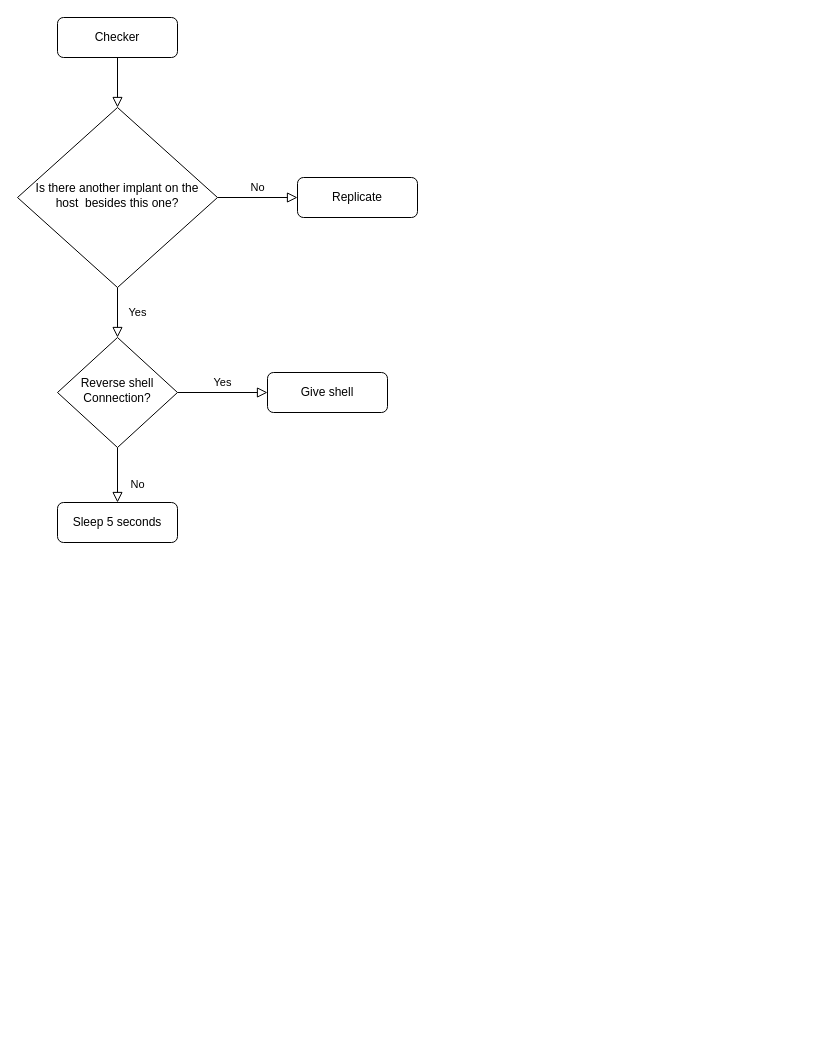
Above: page "Plan" (2 of 2) of evolvingdoor.drawio in le-jack/evolving-door (draw.io), before the change. Source tidied: cells renumbered, new cells numbered last; positions are measured from the earlier drawing's top-left corner, leaving out a move shared by most shapes. Both pictures are drawn from the tidied source at 100%, with x=0, y=0 at pixel (17, 17).
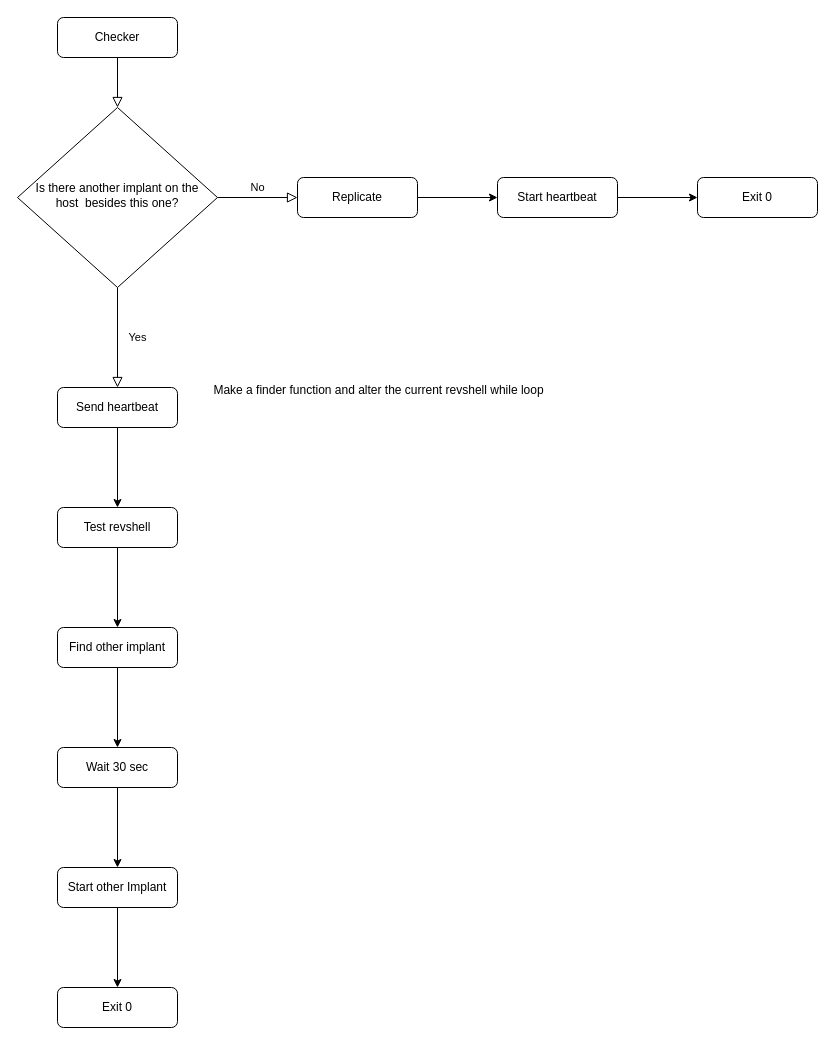
The same diagram, later.

Unchanged cells that the change refers to:
```xml
<mxCell id="6" value="Is there another implant on the host&amp;nbsp; besides this one?" style="rhombus;whiteSpace=wrap;html=1;shadow=0;fontFamily=Helvetica;fontSize=12;align=center;strokeWidth=1;spacing=6;spacingTop=-4;" parent="1" vertex="1">
  <mxGeometry y="90" width="200" height="180" as="geometry" />
</mxCell>
<mxCell id="7" value="Replicate" style="rounded=1;whiteSpace=wrap;html=1;fontSize=12;glass=0;strokeWidth=1;shadow=0;" parent="1" vertex="1">
  <mxGeometry x="280" y="160" width="120" height="40" as="geometry" />
</mxCell>
```

What changed in the source:
```diff
@@
-    <mxCell id="4" value="Yes" style="rounded=0;html=1;jettySize=auto;fontSize=11;endArrow=block;endFill=0;endSize=8;strokeWidth=1;shadow=0;labelBackgroundColor=none;edgeStyle=orthogonalEdgeStyle;" parent="1" edge="1" source="6" target="10">
+    <mxCell id="4" value="Yes" style="rounded=0;html=1;jettySize=auto;fontSize=11;endArrow=block;endFill=0;endSize=8;strokeWidth=1;shadow=0;labelBackgroundColor=none;edgeStyle=orthogonalEdgeStyle;entryX=0.5;entryY=0;entryDx=0;entryDy=0;" parent="1" edge="1" source="6" target="15">
       <mxGeometry y="20" relative="1" as="geometry" />
     </mxCell>
@@
+    <mxCell id="13" style="edgeStyle=orthogonalEdgeStyle;rounded=0;jettySize=auto;html=1;" parent="1" edge="1" source="7" target="17">
+      <mxGeometry relative="1" as="geometry" />
+    </mxCell>
@@
-    <mxCell id="8" value="No" style="rounded=0;html=1;jettySize=auto;fontSize=11;endArrow=block;endFill=0;endSize=8;strokeWidth=1;shadow=0;labelBackgroundColor=none;edgeStyle=orthogonalEdgeStyle;" parent="1" edge="1" source="10" target="11">
-      <mxGeometry x="0.33" y="20" relative="1" as="geometry" />
-    </mxCell>
-    <mxCell id="9" value="Yes" style="edgeStyle=orthogonalEdgeStyle;rounded=0;html=1;jettySize=auto;fontSize=11;endArrow=block;endFill=0;endSize=8;strokeWidth=1;shadow=0;labelBackgroundColor=none;" parent="1" edge="1" source="10" target="12">
-      <mxGeometry y="10" relative="1" as="geometry" />
-    </mxCell>
-    <mxCell id="10" value="&lt;div&gt;Reverse shell&lt;/div&gt;&lt;div&gt;Connection?&lt;br&gt;&lt;/div&gt;" style="rhombus;whiteSpace=wrap;html=1;shadow=0;fontFamily=Helvetica;fontSize=12;align=center;strokeWidth=1;spacing=6;spacingTop=-4;" parent="1" vertex="1">
-      <mxGeometry x="40" y="320" width="120" height="110" as="geometry" />
-    </mxCell>
-    <mxCell id="11" value="Sleep 5 seconds" style="rounded=1;whiteSpace=wrap;html=1;fontSize=12;glass=0;strokeWidth=1;shadow=0;" parent="1" vertex="1">
-      <mxGeometry x="40" y="485" width="120" height="40" as="geometry" />
-    </mxCell>
-    <mxCell id="12" value="Give shell" style="rounded=1;whiteSpace=wrap;html=1;fontSize=12;glass=0;strokeWidth=1;shadow=0;" parent="1" vertex="1">
-      <mxGeometry x="250" y="355" width="120" height="40" as="geometry" />
-    </mxCell>
+    <mxCell id="14" style="edgeStyle=orthogonalEdgeStyle;rounded=0;jettySize=auto;html=1;" parent="1" edge="1" source="15" target="20">
+      <mxGeometry relative="1" as="geometry" />
+    </mxCell>
+    <mxCell id="15" value="Send heartbeat" style="rounded=1;whiteSpace=wrap;html=1;fontSize=12;glass=0;strokeWidth=1;shadow=0;" parent="1" vertex="1">
+      <mxGeometry x="40" y="370" width="120" height="40" as="geometry" />
+    </mxCell>
+    <mxCell id="16" style="edgeStyle=orthogonalEdgeStyle;rounded=0;jettySize=auto;html=1;" parent="1" edge="1" source="17" target="18">
+      <mxGeometry relative="1" as="geometry" />
+    </mxCell>
+    <mxCell id="17" value="Start heartbeat" style="rounded=1;whiteSpace=wrap;html=1;fontSize=12;glass=0;strokeWidth=1;shadow=0;" parent="1" vertex="1">
+      <mxGeometry x="480" y="160" width="120" height="40" as="geometry" />
+    </mxCell>
+    <mxCell id="18" value="Exit 0" style="rounded=1;whiteSpace=wrap;html=1;fontSize=12;glass=0;strokeWidth=1;shadow=0;" parent="1" vertex="1">
+      <mxGeometry x="680" y="160" width="120" height="40" as="geometry" />
+    </mxCell>
+    <mxCell id="19" style="edgeStyle=orthogonalEdgeStyle;rounded=0;jettySize=auto;html=1;" parent="1" edge="1" source="20" target="22">
+      <mxGeometry relative="1" as="geometry" />
+    </mxCell>
+    <mxCell id="20" value="Test revshell" style="rounded=1;whiteSpace=wrap;html=1;fontSize=12;glass=0;strokeWidth=1;shadow=0;" parent="1" vertex="1">
+      <mxGeometry x="40" y="490" width="120" height="40" as="geometry" />
+    </mxCell>
+    <mxCell id="21" style="edgeStyle=orthogonalEdgeStyle;rounded=0;jettySize=auto;html=1;" parent="1" edge="1" source="22" target="24">
+      <mxGeometry relative="1" as="geometry" />
+    </mxCell>
+    <mxCell id="22" value="Find other implant" style="rounded=1;whiteSpace=wrap;html=1;fontSize=12;glass=0;strokeWidth=1;shadow=0;" parent="1" vertex="1">
+      <mxGeometry x="40" y="610" width="120" height="40" as="geometry" />
+    </mxCell>
+    <mxCell id="23" style="edgeStyle=orthogonalEdgeStyle;rounded=0;jettySize=auto;html=1;" parent="1" edge="1" source="24" target="26">
+      <mxGeometry relative="1" as="geometry" />
+    </mxCell>
+    <mxCell id="24" value="Wait 30 sec" style="rounded=1;whiteSpace=wrap;html=1;fontSize=12;glass=0;strokeWidth=1;shadow=0;" parent="1" vertex="1">
+      <mxGeometry x="40" y="730" width="120" height="40" as="geometry" />
+    </mxCell>
+    <mxCell id="25" style="edgeStyle=orthogonalEdgeStyle;rounded=0;jettySize=auto;html=1;" parent="1" edge="1" source="26" target="27">
+      <mxGeometry relative="1" as="geometry" />
+    </mxCell>
+    <mxCell id="26" value="Start other Implant" style="rounded=1;whiteSpace=wrap;html=1;fontSize=12;glass=0;strokeWidth=1;shadow=0;" parent="1" vertex="1">
+      <mxGeometry x="40" y="850" width="120" height="40" as="geometry" />
+    </mxCell>
+    <mxCell id="27" value="Exit 0" style="rounded=1;whiteSpace=wrap;html=1;fontSize=12;glass=0;strokeWidth=1;shadow=0;" parent="1" vertex="1">
+      <mxGeometry x="40" y="970" width="120" height="40" as="geometry" />
+    </mxCell>
+    <mxCell id="28" value="Make a finder function and alter the current revshell while loop" style="text;html=1;align=center;verticalAlign=middle;strokeColor=none;fillColor=none;" parent="1" vertex="1">
+      <mxGeometry x="186" y="358" width="350" height="30" as="geometry" />
+    </mxCell>
```
